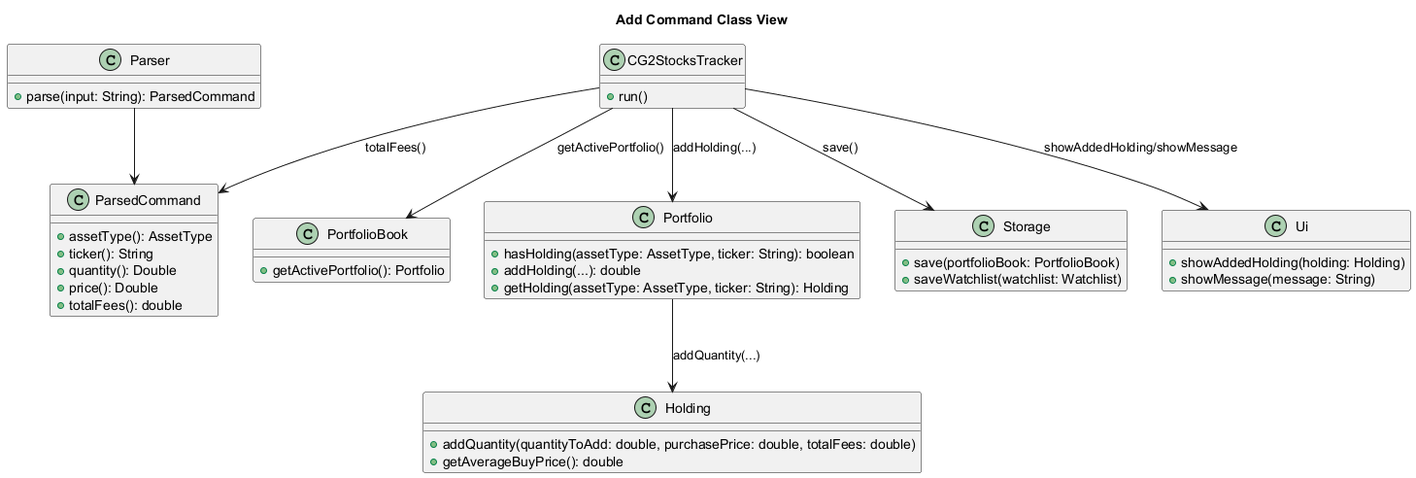
Earlier version of the PlantUML export docs/diagrams/PNG/add-command-class.png (zenweilow/tp).
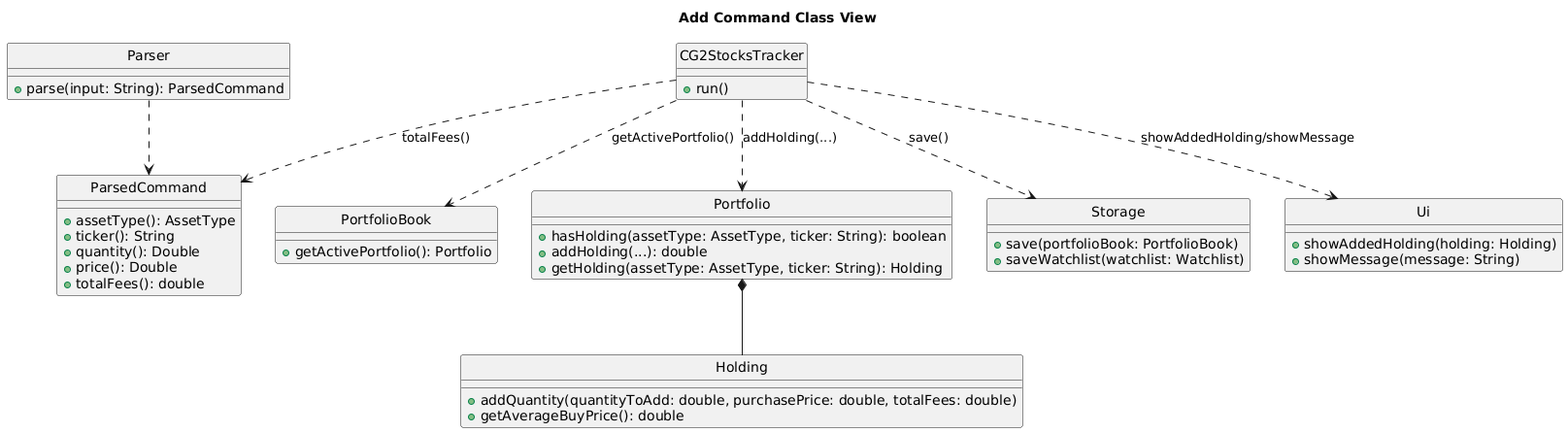
After the commit.

Change to the diagram source:
```diff
@@ -1,5 +1,6 @@
 @startuml
 title Add Command Class View
+hide circles
 
 class Parser {
   + parse(input: String): ParsedCommand
@@ -42,11 +43,11 @@
   + showMessage(message: String)
 }
 
-Parser --> ParsedCommand
-CG2StocksTracker --> ParsedCommand : totalFees()
-CG2StocksTracker --> PortfolioBook : getActivePortfolio()
-CG2StocksTracker --> Portfolio : addHolding(...)
-Portfolio --> Holding : addQuantity(...)
-CG2StocksTracker --> Storage : save()
-CG2StocksTracker --> Ui : showAddedHolding/showMessage
+Parser ..> ParsedCommand
+CG2StocksTracker ..> ParsedCommand : totalFees()
+CG2StocksTracker ..> PortfolioBook : getActivePortfolio()
+CG2StocksTracker ..> Portfolio : addHolding(...)
+Portfolio *-- Holding
+CG2StocksTracker ..> Storage : save()
+CG2StocksTracker ..> Ui : showAddedHolding/showMessage
 @enduml
```
